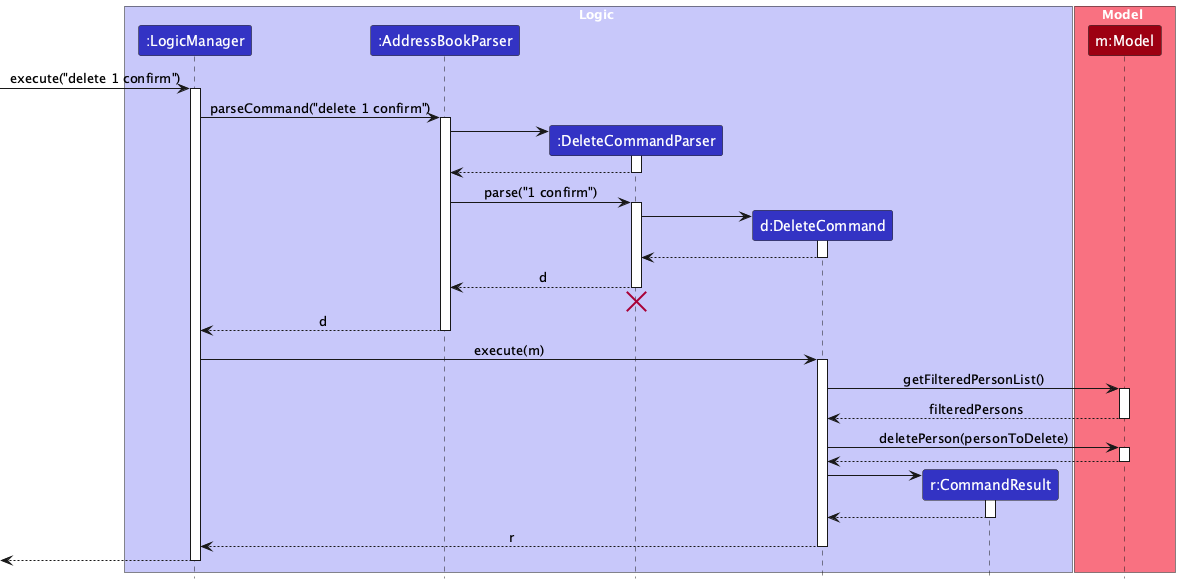
Before: docs/images/DeleteSequenceDiagram.png, a diagram exported from PlantUML (AY2526S2-CS2103-F08-2/tp).
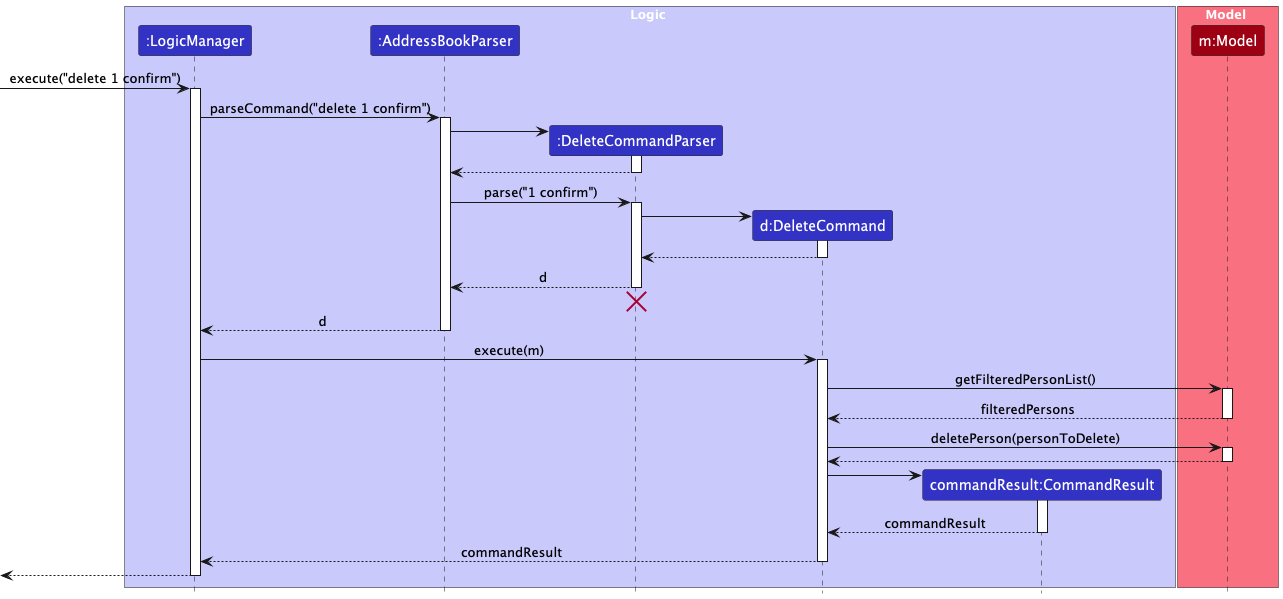
Later version of the same file.

Diff of the diagram source:
```diff
@@ -7,7 +7,7 @@
 participant ":AddressBookParser" as AddressBookParser LOGIC_COLOR
 participant ":DeleteCommandParser" as DeleteCommandParser LOGIC_COLOR
 participant "d:DeleteCommand" as DeleteCommand LOGIC_COLOR
-participant "r:CommandResult" as CommandResult LOGIC_COLOR
+participant "commandResult:CommandResult" as CommandResult LOGIC_COLOR
 end box
 
 box Model MODEL_COLOR_T1
@@ -62,10 +62,10 @@
 DeleteCommand -> CommandResult
 activate CommandResult
 
-CommandResult --> DeleteCommand
+CommandResult --> DeleteCommand : commandResult
 deactivate CommandResult
 
-DeleteCommand --> LogicManager : r
+DeleteCommand --> LogicManager : commandResult
 deactivate DeleteCommand
 
 [<--LogicManager
```
